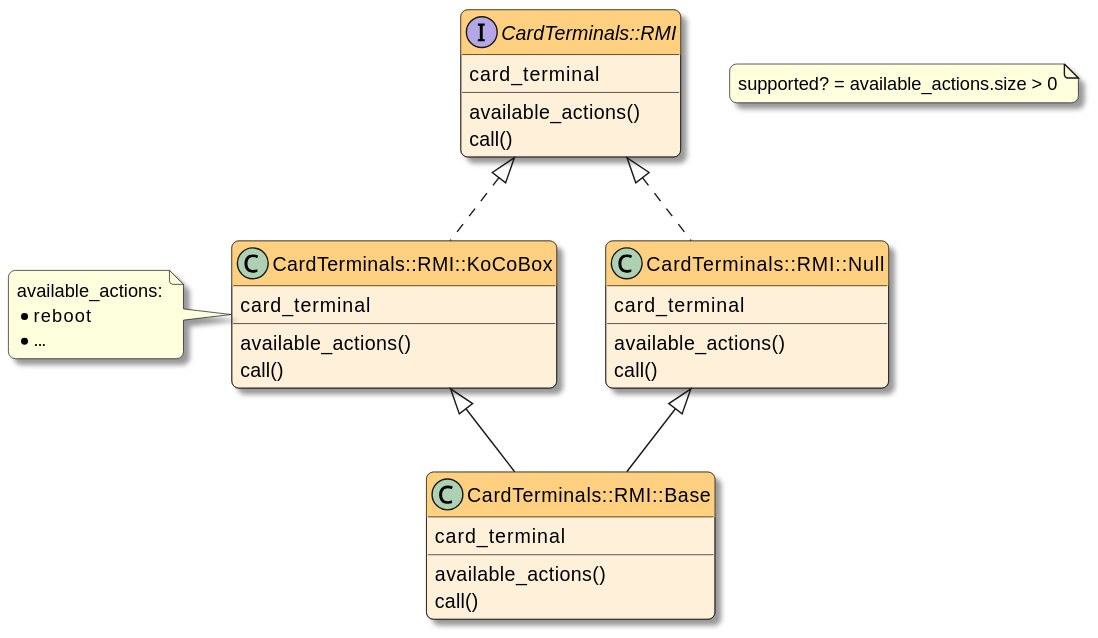
This is docs/devnotes/_images/card_terminals/rmi.svg from swobspace/cocard, a PlantUML export, as it was before one commit.
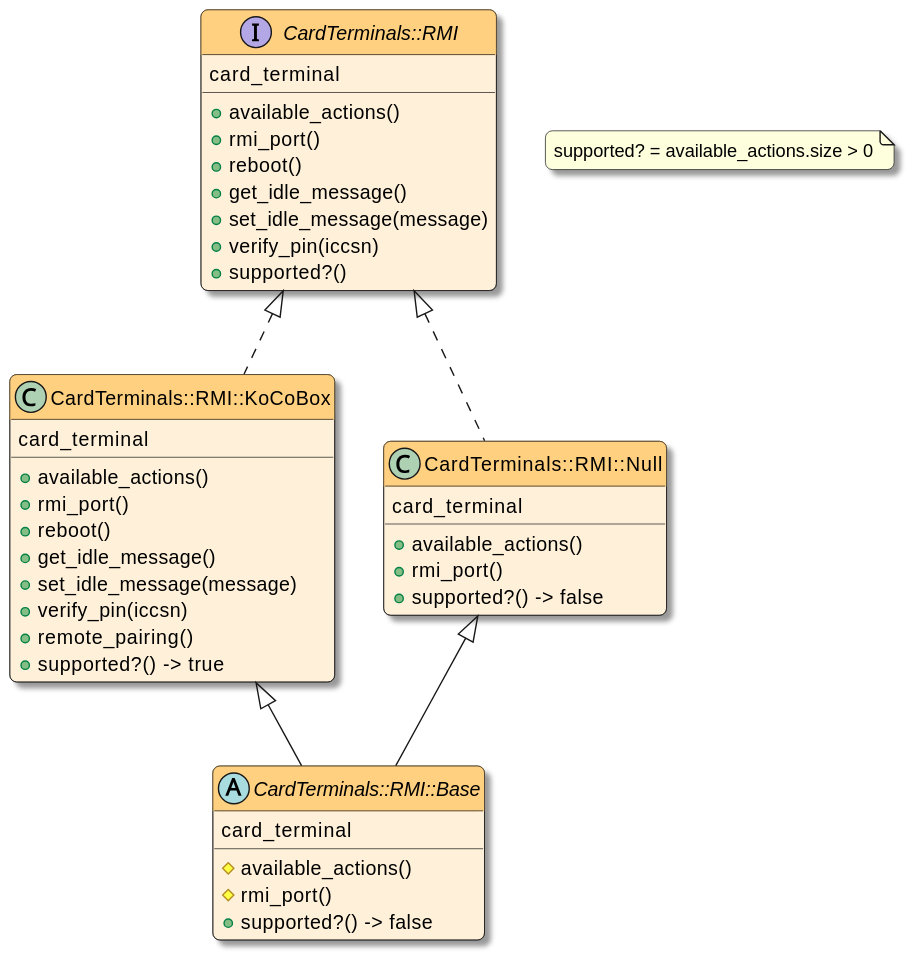
Above is the later version.

Change to the diagram source:
```diff
@@ -5,31 +5,39 @@
 
 interface "CardTerminals::RMI" as rmi {
   card_terminal
-  available_actions()
-  call()
+  +available_actions()
+  +rmi_port()
+  +reboot()
+  +get_idle_message()
+  +set_idle_message(message)
+  +verify_pin(iccsn)
+  +supported?()
 }
 
 class "CardTerminals::RMI::KoCoBox" as rmi_koco {
   card_terminal
-  available_actions()
-  call()
+  +available_actions()
+  +rmi_port()
+  +reboot()
+  +get_idle_message()
+  +set_idle_message(message)
+  +verify_pin(iccsn)
+  +remote_pairing()
+  +supported?() -> true
 }
-note left of rmi_koco
-available_actions:
-* reboot
-* ...
-end note
 
 class "CardTerminals::RMI::Null" as rmi_null {
   card_terminal
-  available_actions()
-  call()
+  +available_actions()
+  +rmi_port()
+  +supported?() -> false
 }
 
-class "CardTerminals::RMI::Base" as rmi_base {
+abstract "CardTerminals::RMI::Base" as rmi_base {
   card_terminal
-  available_actions()
-  call()
+  #available_actions()
+  #rmi_port()
+  +supported?() -> false
 }
 
 rmi <|.. rmi_koco
```
